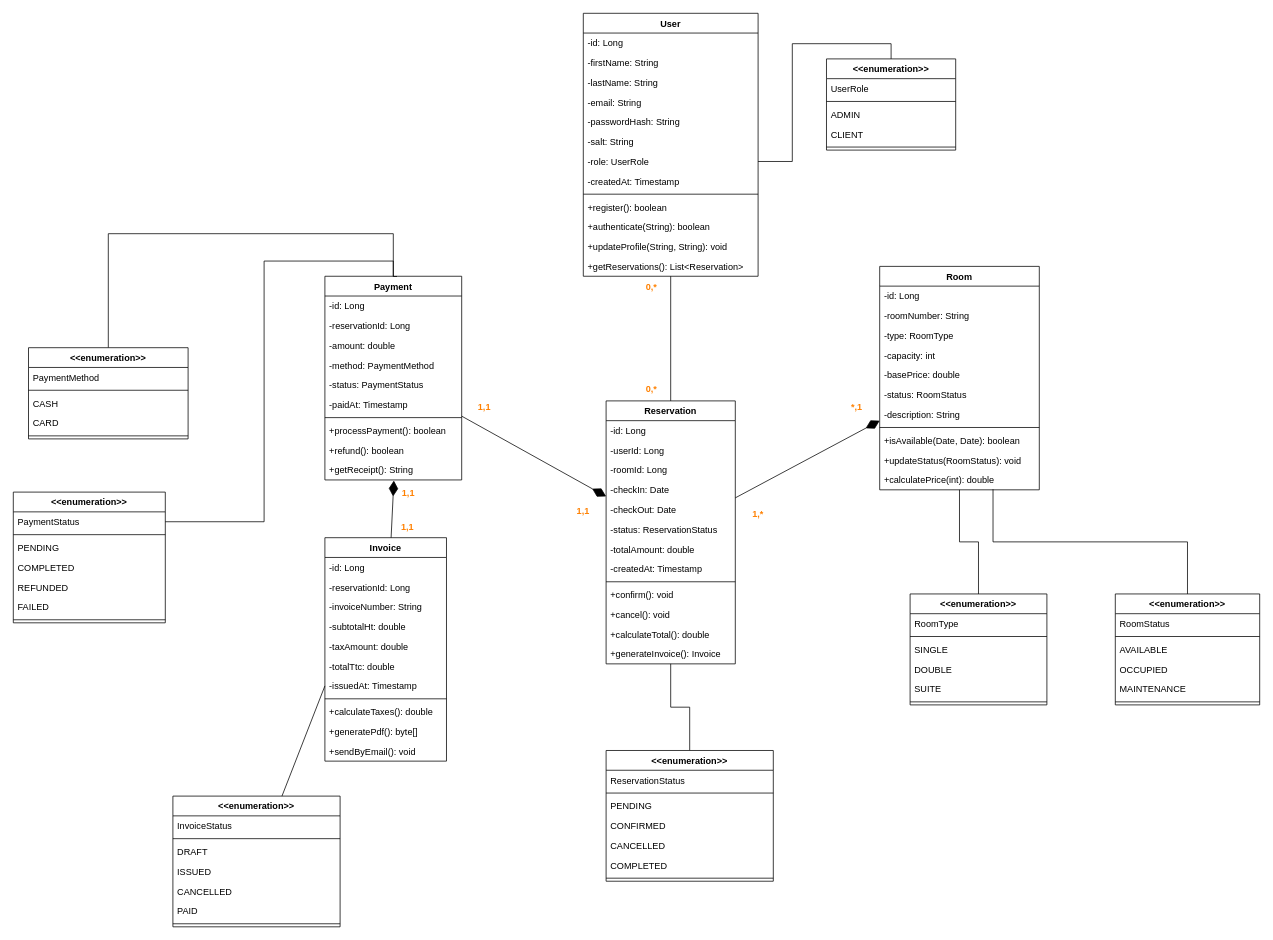
Oussama-Ait-Youss/Hotel-Management-Booking-V2 keeps this draw.io diagram as Diagrams/Diagram_Class.drawio. Above is the earlier version. Source tidied: cells renumbered, new cells numbered last; positions are measured from the earlier drawing's top-left corner, leaving out a move shared by most shapes. Both pictures are drawn from the tidied source at 76%, with x=0, y=0 at pixel (13, 13).
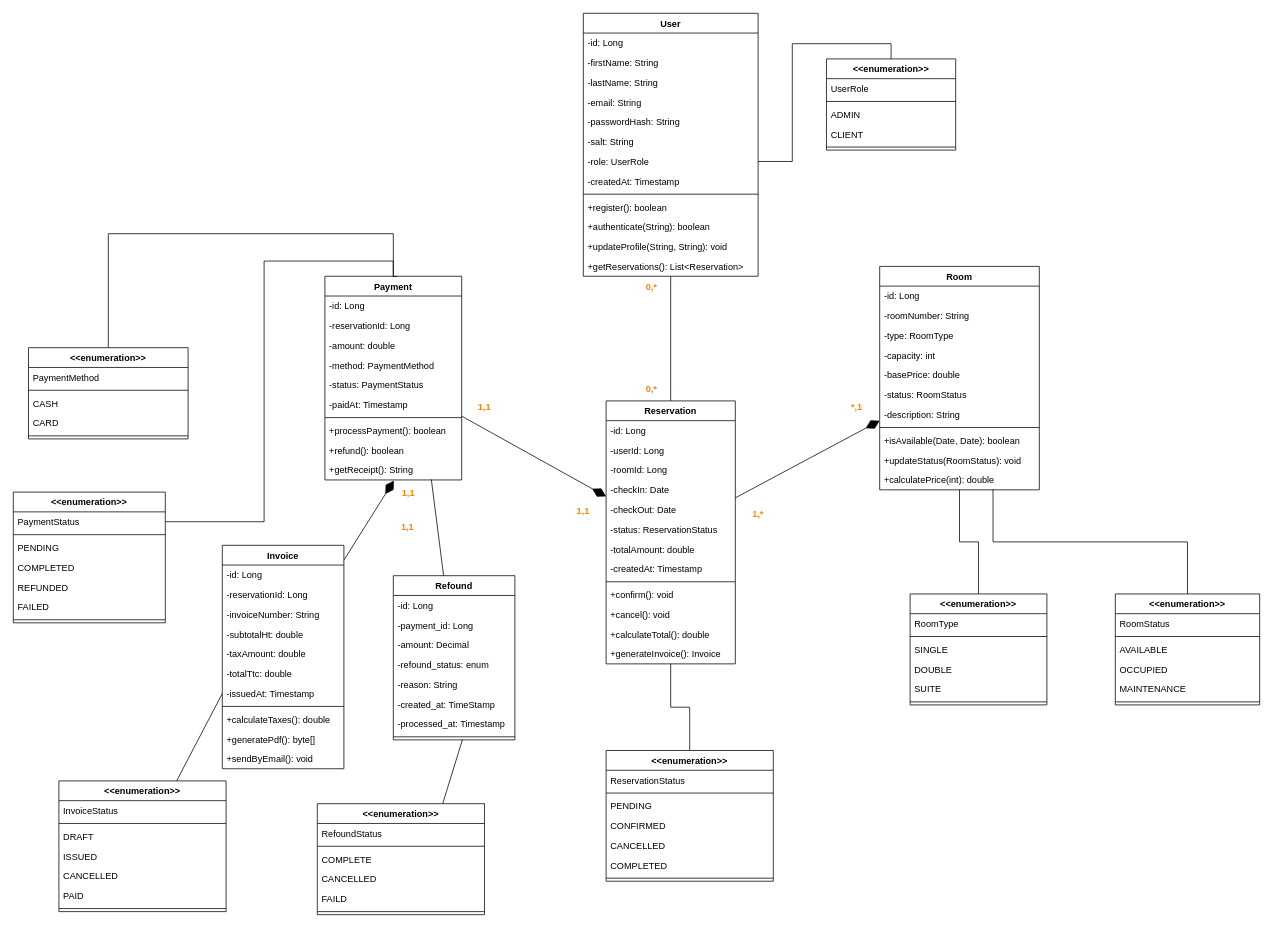
Above is the later version.

Unchanged cells that the change refers to:
```xml
<mxCell id="52" value="+getReceipt(): String" style="text;strokeColor=none;fillColor=none;align=left;verticalAlign=top;spacingLeft=4;spacingRight=4;overflow=hidden;points=[[0,0.5],[1,0.5]];portConstraint=eastwest;" parent="42" vertex="1">
  <mxGeometry y="242" width="180" height="26" as="geometry" />
</mxCell>
```

The edit, as a diff of the source:
```diff
@@
     <mxCell id="53" value="Invoice" style="swimlane;fontStyle=1;horizontal=1;startSize=26;" parent="1" vertex="1">
-      <mxGeometry x="410" y="690" width="160" height="294" as="geometry" />
+      <mxGeometry x="275" y="700" width="160" height="294" as="geometry" />
     </mxCell>
@@
     <mxCell id="125" value="&lt;&lt;enumeration&gt;&gt;" style="swimlane;fontStyle=1;horizontal=1;startSize=26;" parent="1" vertex="1">
-      <mxGeometry x="210" y="1030" width="220" height="172" as="geometry" />
+      <mxGeometry x="60" y="1010" width="220" height="172" as="geometry" />
     </mxCell>
@@
+    <mxCell id="134" value="Refound" style="swimlane;fontStyle=1;horizontal=1;startSize=26;" parent="1" vertex="1">
+      <mxGeometry x="500" y="740" width="160" height="216" as="geometry" />
+    </mxCell>
+    <mxCell id="135" value="-id: Long" style="text;strokeColor=none;fillColor=none;align=left;verticalAlign=top;spacingLeft=4;spacingRight=4;overflow=hidden;" parent="134" vertex="1">
+      <mxGeometry y="26" width="160" height="26" as="geometry" />
+    </mxCell>
+    <mxCell id="136" value="-payment_id: Long" style="text;strokeColor=none;fillColor=none;align=left;verticalAlign=top;spacingLeft=4;spacingRight=4;overflow=hidden;" parent="134" vertex="1">
+      <mxGeometry y="52" width="160" height="26" as="geometry" />
+    </mxCell>
+    <mxCell id="137" value="-amount: Decimal" style="text;strokeColor=none;fillColor=none;align=left;verticalAlign=top;spacingLeft=4;spacingRight=4;overflow=hidden;" parent="134" vertex="1">
+      <mxGeometry y="78" width="160" height="26" as="geometry" />
+    </mxCell>
+    <mxCell id="138" value="-refound_status: enum" style="text;strokeColor=none;fillColor=none;align=left;verticalAlign=top;spacingLeft=4;spacingRight=4;overflow=hidden;" parent="134" vertex="1">
+      <mxGeometry y="104" width="160" height="26" as="geometry" />
+    </mxCell>
+    <mxCell id="139" value="-reason: String" style="text;strokeColor=none;fillColor=none;align=left;verticalAlign=top;spacingLeft=4;spacingRight=4;overflow=hidden;" parent="134" vertex="1">
+      <mxGeometry y="130" width="160" height="26" as="geometry" />
+    </mxCell>
+    <mxCell id="140" value="-created_at: TimeStamp" style="text;strokeColor=none;fillColor=none;align=left;verticalAlign=top;spacingLeft=4;spacingRight=4;overflow=hidden;" parent="134" vertex="1">
+      <mxGeometry y="156" width="160" height="26" as="geometry" />
+    </mxCell>
+    <mxCell id="141" value="-processed_at: Timestamp" style="text;strokeColor=none;fillColor=none;align=left;verticalAlign=top;spacingLeft=4;spacingRight=4;overflow=hidden;" parent="134" vertex="1">
+      <mxGeometry y="182" width="160" height="26" as="geometry" />
+    </mxCell>
+    <mxCell id="142" style="line;strokeWidth=1;fillColor=none;align=left;verticalAlign=middle;spacingTop=-1;spacingLeft=3;spacingRight=3;labelPosition=right;points=[];portConstraint=eastwest;" parent="134" vertex="1">
+      <mxGeometry y="208" width="160" height="8" as="geometry" />
+    </mxCell>
+    <mxCell id="143" style="endArrow=none;html=1;rounded=0;entryX=0.778;entryY=0.981;entryDx=0;entryDy=0;entryPerimeter=0;endFill=0;" parent="1" edge="1" source="134" target="52">
+      <mxGeometry relative="1" as="geometry" />
+    </mxCell>
+    <mxCell id="144" value="&lt;&lt;enumeration&gt;&gt;" style="swimlane;fontStyle=1;horizontal=1;startSize=26;" parent="1" vertex="1">
+      <mxGeometry x="400" y="1040" width="220" height="146" as="geometry" />
+    </mxCell>
+    <mxCell id="145" value="RefoundStatus" style="text;strokeColor=none;fillColor=none;align=left;verticalAlign=top;spacingLeft=4;spacingRight=4;overflow=hidden;" parent="144" vertex="1">
+      <mxGeometry y="26" width="220" height="26" as="geometry" />
+    </mxCell>
+    <mxCell id="146" style="line;strokeWidth=1;fillColor=none;align=left;verticalAlign=middle;spacingTop=-1;spacingLeft=3;spacingRight=3;labelPosition=right;" parent="144" vertex="1">
+      <mxGeometry y="52" width="220" height="8" as="geometry" />
+    </mxCell>
+    <mxCell id="147" value="COMPLETE" style="text;strokeColor=none;fillColor=none;align=left;verticalAlign=top;spacingLeft=4;spacingRight=4;overflow=hidden;" parent="144" vertex="1">
+      <mxGeometry y="60" width="220" height="26" as="geometry" />
+    </mxCell>
+    <mxCell id="148" value="CANCELLED" style="text;strokeColor=none;fillColor=none;align=left;verticalAlign=top;spacingLeft=4;spacingRight=4;overflow=hidden;" parent="144" vertex="1">
+      <mxGeometry y="86" width="220" height="26" as="geometry" />
+    </mxCell>
+    <mxCell id="149" value="FAILD" style="text;strokeColor=none;fillColor=none;align=left;verticalAlign=top;spacingLeft=4;spacingRight=4;overflow=hidden;" parent="144" vertex="1">
+      <mxGeometry y="112" width="220" height="26" as="geometry" />
+    </mxCell>
+    <mxCell id="150" style="line;strokeWidth=1;fillColor=none;align=left;verticalAlign=middle;spacingTop=-1;spacingLeft=3;spacingRight=3;labelPosition=right;" parent="144" vertex="1">
+      <mxGeometry y="138" width="220" height="8" as="geometry" />
+    </mxCell>
+    <mxCell id="151" style="endArrow=none;html=1;rounded=0;entryX=0.569;entryY=0.938;entryDx=0;entryDy=0;endFill=0;entryPerimeter=0;exitX=0.75;exitY=0;exitDx=0;exitDy=0;" parent="1" edge="1" source="144" target="142">
+      <mxGeometry relative="1" as="geometry" />
+    </mxCell>
```
